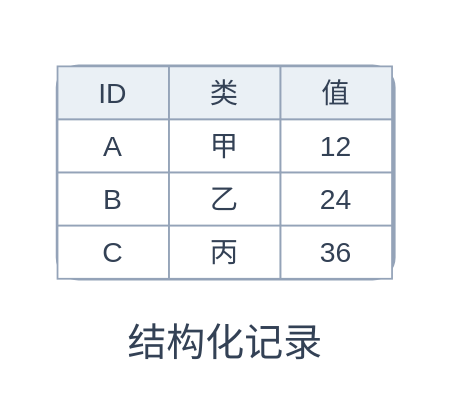
Earlier version of the draw.io diagram assets/components/table.drawio (henry867/drawio-visuals-skill). Source tidied: cells renumbered, new cells numbered last; positions are measured from the earlier drawing's top-left corner, leaving out a move shared by most shapes. Both pictures are drawn from the tidied source at 177%, with x=0, y=0 at pixel (30, 30).
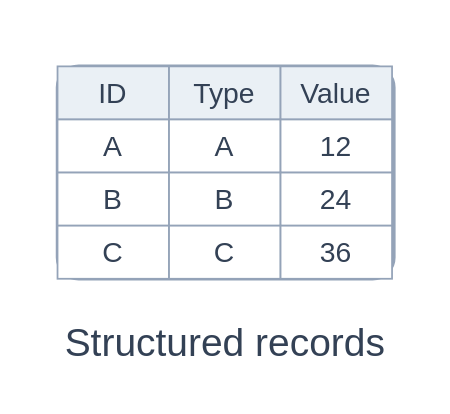
The same page after the edit.

What changed in the source:
```diff
@@
 <mxGraphModel background="#FFFFFF">
   <root>
     <mxCell id="0" />
     <mxCell id="1" parent="0" />
     <mxCell id="2" style="group;" parent="1" vertex="1">
       <mxGeometry width="220" height="200" as="geometry" />
     </mxCell>
     <mxCell id="3" style="html=1;whiteSpace=wrap;fontFamily=Helvetica;fontSize=20;fontColor=#334155;rounded=1;arcSize=10;fillColor=#FFFFFF;strokeColor=#94A3B8;strokeWidth=2;" parent="2" vertex="1">
       <mxGeometry x="15" y="20" width="190" height="120" as="geometry" />
     </mxCell>
     <mxCell id="4" value="ID" style="html=1;whiteSpace=wrap;fontFamily=Helvetica;fontSize=20;fontColor=#334155;rounded=0;fillColor=#EAF0F5;strokeColor=#94A3B8;strokeWidth=1;fontSize=16;" parent="3" vertex="1">
       <mxGeometry width="63" height="30" as="geometry" />
     </mxCell>
-    <mxCell id="5" value="类" style="html=1;whiteSpace=wrap;fontFamily=Helvetica;fontSize=20;fontColor=#334155;rounded=0;fillColor=#EAF0F5;strokeColor=#94A3B8;strokeWidth=1;fontSize=16;" parent="3" vertex="1">
+    <mxCell id="5" value="Type" style="html=1;whiteSpace=wrap;fontFamily=Helvetica;fontSize=20;fontColor=#334155;rounded=0;fillColor=#EAF0F5;strokeColor=#94A3B8;strokeWidth=1;fontSize=16;" parent="3" vertex="1">
       <mxGeometry x="63" width="63" height="30" as="geometry" />
     </mxCell>
-    <mxCell id="6" value="值" style="html=1;whiteSpace=wrap;fontFamily=Helvetica;fontSize=20;fontColor=#334155;rounded=0;fillColor=#EAF0F5;strokeColor=#94A3B8;strokeWidth=1;fontSize=16;" parent="3" vertex="1">
+    <mxCell id="6" value="Value" style="html=1;whiteSpace=wrap;fontFamily=Helvetica;fontSize=20;fontColor=#334155;rounded=0;fillColor=#EAF0F5;strokeColor=#94A3B8;strokeWidth=1;fontSize=16;" parent="3" vertex="1">
       <mxGeometry x="126" width="63" height="30" as="geometry" />
     </mxCell>
     <mxCell id="7" value="A" style="html=1;whiteSpace=wrap;fontFamily=Helvetica;fontSize=20;fontColor=#334155;rounded=0;fillColor=#FFFFFF;strokeColor=#94A3B8;strokeWidth=1;fontSize=16;" parent="3" vertex="1">
       <mxGeometry y="30" width="63" height="30" as="geometry" />
     </mxCell>
-    <mxCell id="8" value="甲" style="html=1;whiteSpace=wrap;fontFamily=Helvetica;fontSize=20;fontColor=#334155;rounded=0;fillColor=#FFFFFF;strokeColor=#94A3B8;strokeWidth=1;fontSize=16;" parent="3" vertex="1">
+    <mxCell id="8" value="A" style="html=1;whiteSpace=wrap;fontFamily=Helvetica;fontSize=20;fontColor=#334155;rounded=0;fillColor=#FFFFFF;strokeColor=#94A3B8;strokeWidth=1;fontSize=16;" parent="3" vertex="1">
       <mxGeometry x="63" y="30" width="63" height="30" as="geometry" />
     </mxCell>
     <mxCell id="9" value="12" style="html=1;whiteSpace=wrap;fontFamily=Helvetica;fontSize=20;fontColor=#334155;rounded=0;fillColor=#FFFFFF;strokeColor=#94A3B8;strokeWidth=1;fontSize=16;" parent="3" vertex="1">
       <mxGeometry x="126" y="30" width="63" height="30" as="geometry" />
     </mxCell>
     <mxCell id="10" value="B" style="html=1;whiteSpace=wrap;fontFamily=Helvetica;fontSize=20;fontColor=#334155;rounded=0;fillColor=#FFFFFF;strokeColor=#94A3B8;strokeWidth=1;fontSize=16;" parent="3" vertex="1">
       <mxGeometry y="60" width="63" height="30" as="geometry" />
     </mxCell>
-    <mxCell id="11" value="乙" style="html=1;whiteSpace=wrap;fontFamily=Helvetica;fontSize=20;fontColor=#334155;rounded=0;fillColor=#FFFFFF;strokeColor=#94A3B8;strokeWidth=1;fontSize=16;" parent="3" vertex="1">
+    <mxCell id="11" value="B" style="html=1;whiteSpace=wrap;fontFamily=Helvetica;fontSize=20;fontColor=#334155;rounded=0;fillColor=#FFFFFF;strokeColor=#94A3B8;strokeWidth=1;fontSize=16;" parent="3" vertex="1">
       <mxGeometry x="63" y="60" width="63" height="30" as="geometry" />
     </mxCell>
     <mxCell id="12" value="24" style="html=1;whiteSpace=wrap;fontFamily=Helvetica;fontSize=20;fontColor=#334155;rounded=0;fillColor=#FFFFFF;strokeColor=#94A3B8;strokeWidth=1;fontSize=16;" parent="3" vertex="1">
       <mxGeometry x="126" y="60" width="63" height="30" as="geometry" />
     </mxCell>
     <mxCell id="13" value="C" style="html=1;whiteSpace=wrap;fontFamily=Helvetica;fontSize=20;fontColor=#334155;rounded=0;fillColor=#FFFFFF;strokeColor=#94A3B8;strokeWidth=1;fontSize=16;" parent="3" vertex="1">
       <mxGeometry y="90" width="63" height="30" as="geometry" />
     </mxCell>
-    <mxCell id="14" value="丙" style="html=1;whiteSpace=wrap;fontFamily=Helvetica;fontSize=20;fontColor=#334155;rounded=0;fillColor=#FFFFFF;strokeColor=#94A3B8;strokeWidth=1;fontSize=16;" parent="3" vertex="1">
+    <mxCell id="14" value="C" style="html=1;whiteSpace=wrap;fontFamily=Helvetica;fontSize=20;fontColor=#334155;rounded=0;fillColor=#FFFFFF;strokeColor=#94A3B8;strokeWidth=1;fontSize=16;" parent="3" vertex="1">
       <mxGeometry x="63" y="90" width="63" height="30" as="geometry" />
     </mxCell>
     <mxCell id="15" value="36" style="html=1;whiteSpace=wrap;fontFamily=Helvetica;fontSize=20;fontColor=#334155;rounded=0;fillColor=#FFFFFF;strokeColor=#94A3B8;strokeWidth=1;fontSize=16;" parent="3" vertex="1">
       <mxGeometry x="126" y="90" width="63" height="30" as="geometry" />
     </mxCell>
-    <mxCell id="16" value="结构化记录" style="html=1;whiteSpace=wrap;fontFamily=Helvetica;fontSize=20;fontColor=#334155;text;fillColor=none;strokeColor=none;align=center;verticalAlign=middle;fontSize=22;fontColor=#334155;" parent="2" vertex="1">
+    <mxCell id="16" value="Structured records" style="html=1;whiteSpace=wrap;fontFamily=Helvetica;fontSize=20;fontColor=#334155;text;fillColor=none;strokeColor=none;align=center;verticalAlign=middle;fontSize=22;fontColor=#334155;" parent="2" vertex="1">
       <mxGeometry y="161" width="220" height="32" as="geometry" />
     </mxCell>
   </root>
 </mxGraphModel>
```
